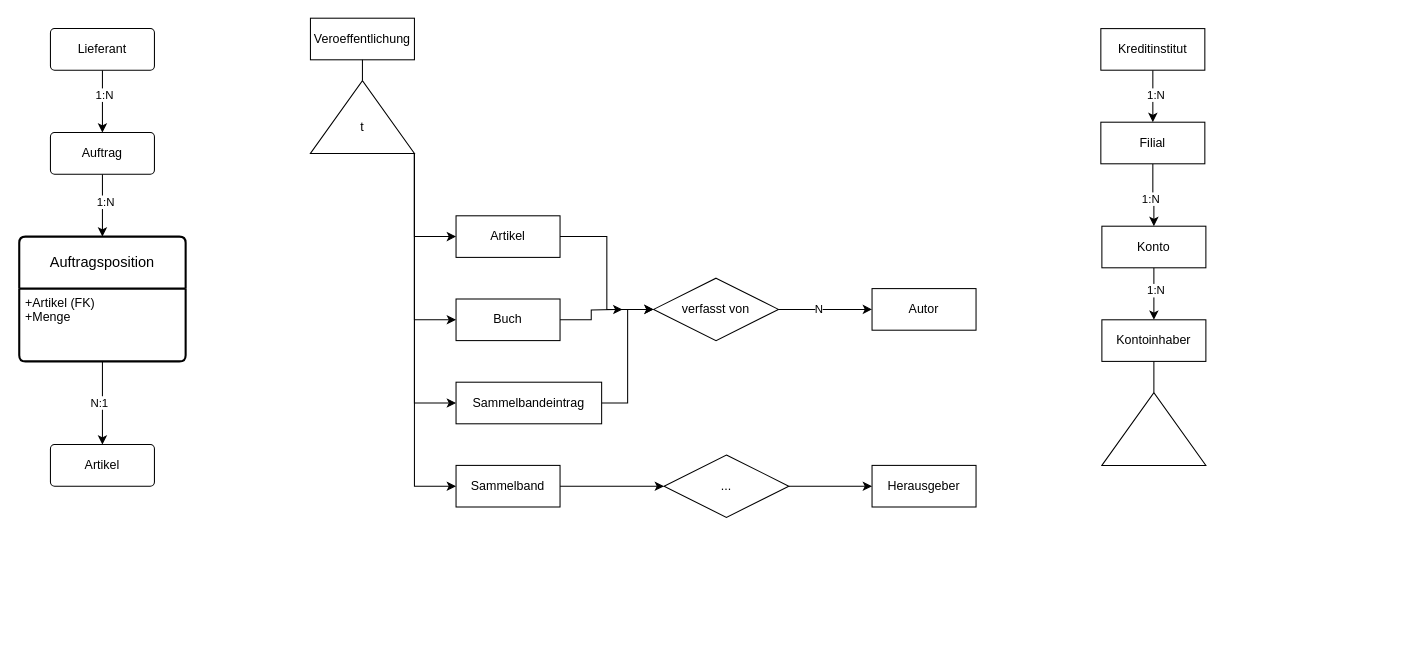
genee19/klr-164-data-engineer-at keeps this draw.io diagram as 05-Fragmente.drawio. Above is the earlier version. Source tidied: cells renumbered, new cells numbered last; positions are measured from the earlier drawing's top-left corner, leaving out a move shared by most shapes. Both pictures are drawn from the tidied source at 104%, with x=0, y=0 at pixel (19, 18).
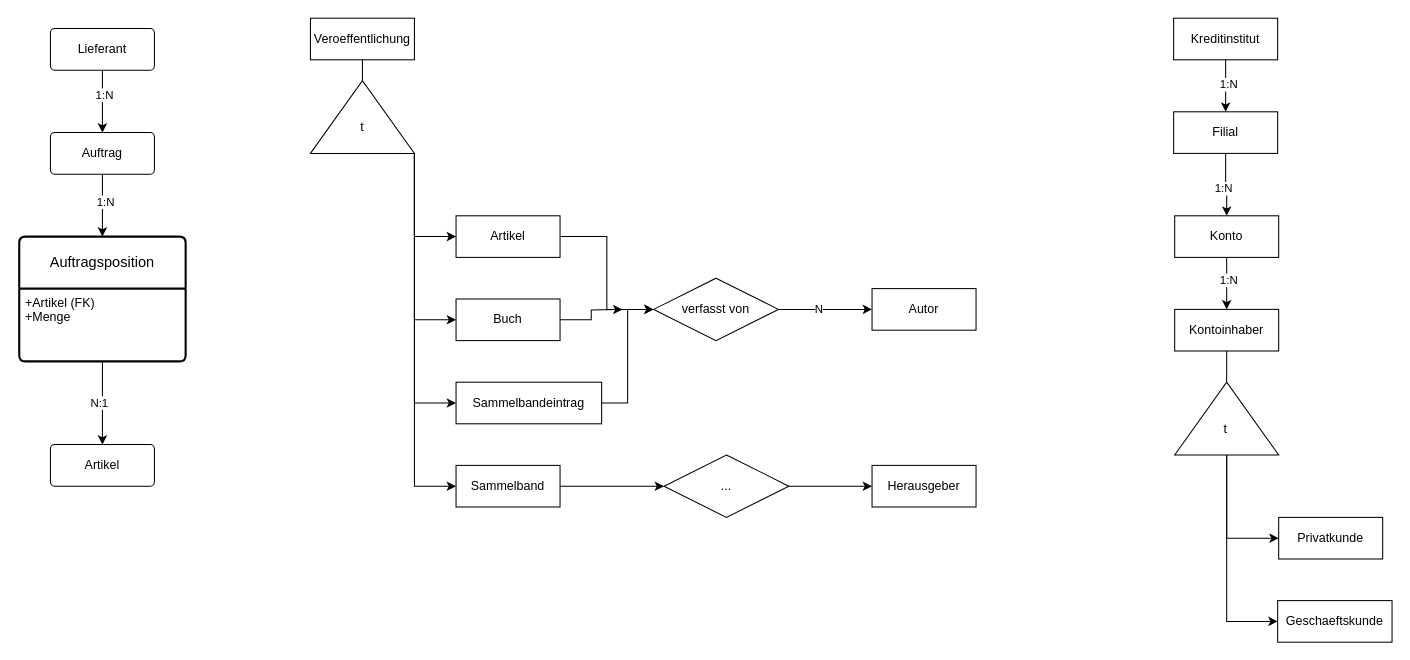
The same diagram, later.

Diff of the diagram source:
```diff
@@
     <mxCell id="38" value="Kreditinstitut" style="whiteSpace=wrap;html=1;align=center;" parent="1" vertex="1">
-      <mxGeometry x="1040" y="10" width="100" height="40" as="geometry" />
+      <mxGeometry x="1110" width="100" height="40" as="geometry" />
     </mxCell>
@@
     <mxCell id="41" value="Filial" style="whiteSpace=wrap;html=1;align=center;" parent="1" vertex="1">
-      <mxGeometry x="1040" y="100" width="100" height="40" as="geometry" />
+      <mxGeometry x="1110" y="90" width="100" height="40" as="geometry" />
     </mxCell>
@@
     <mxCell id="44" value="Konto" style="whiteSpace=wrap;html=1;align=center;" parent="1" vertex="1">
-      <mxGeometry x="1041" y="200" width="100" height="40" as="geometry" />
+      <mxGeometry x="1111" y="190" width="100" height="40" as="geometry" />
     </mxCell>
     <mxCell id="45" value="Kontoinhaber" style="whiteSpace=wrap;html=1;align=center;" parent="1" vertex="1">
-      <mxGeometry x="1041" y="290" width="100" height="40" as="geometry" />
+      <mxGeometry x="1111" y="280" width="100" height="40" as="geometry" />
     </mxCell>
+    <mxCell id="48" style="edgeStyle=orthogonalEdgeStyle;rounded=0;jettySize=auto;html=1;exitX=0.5;exitY=1;exitDx=0;exitDy=0;exitPerimeter=0;entryX=0;entryY=0.5;entryDx=0;entryDy=0;" parent="1" edge="1" source="46" target="50">
+      <mxGeometry relative="1" as="geometry" />
+    </mxCell>
+    <mxCell id="49" style="edgeStyle=orthogonalEdgeStyle;rounded=0;jettySize=auto;html=1;exitX=0.5;exitY=1;exitDx=0;exitDy=0;exitPerimeter=0;entryX=0;entryY=0.5;entryDx=0;entryDy=0;" parent="1" edge="1" source="46" target="51">
+      <mxGeometry relative="1" as="geometry" />
+    </mxCell>
     <mxCell id="46" style="verticalLabelPosition=bottom;verticalAlign=top;html=1;shape=mxgraph.basic.acute_triangle;dx=0.5;" parent="1" vertex="1">
-      <mxGeometry x="1041" y="360" width="100" height="70" as="geometry" />
+      <mxGeometry x="1111" y="350" width="100" height="70" as="geometry" />
     </mxCell>
@@
+    <mxCell id="50" value="Privatkunde" style="whiteSpace=wrap;html=1;align=center;" parent="1" vertex="1">
+      <mxGeometry x="1211" y="480" width="100" height="40" as="geometry" />
+    </mxCell>
+    <mxCell id="51" value="Geschaeftskunde" style="whiteSpace=wrap;html=1;align=center;" parent="1" vertex="1">
+      <mxGeometry x="1210" y="560" width="110" height="40" as="geometry" />
+    </mxCell>
+    <mxCell id="52" value="t" style="text;html=1;align=center;verticalAlign=middle;whiteSpace=wrap;rounded=0;" parent="1" vertex="1">
+      <mxGeometry x="1130" y="380" width="60" height="30" as="geometry" />
+    </mxCell>
```
